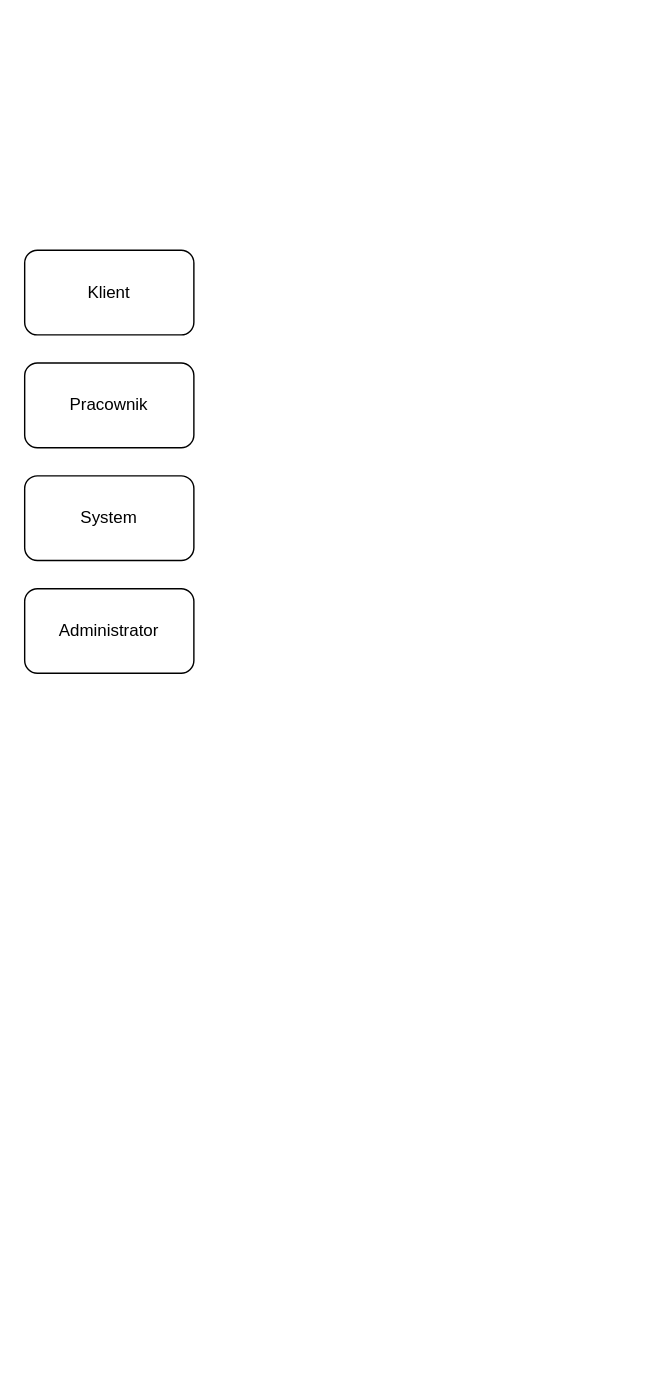
Above: klasa 4/amusement_park.drawio in mostekd/tworzenie-i-administrowanie-bazami-danych (draw.io), before the change. Source tidied: cells renumbered, new cells numbered last; positions are measured from the earlier drawing's top-left corner, leaving out a move shared by most shapes. Both pictures are drawn from the tidied source at 141%, with x=0, y=0 at pixel (24, 250).
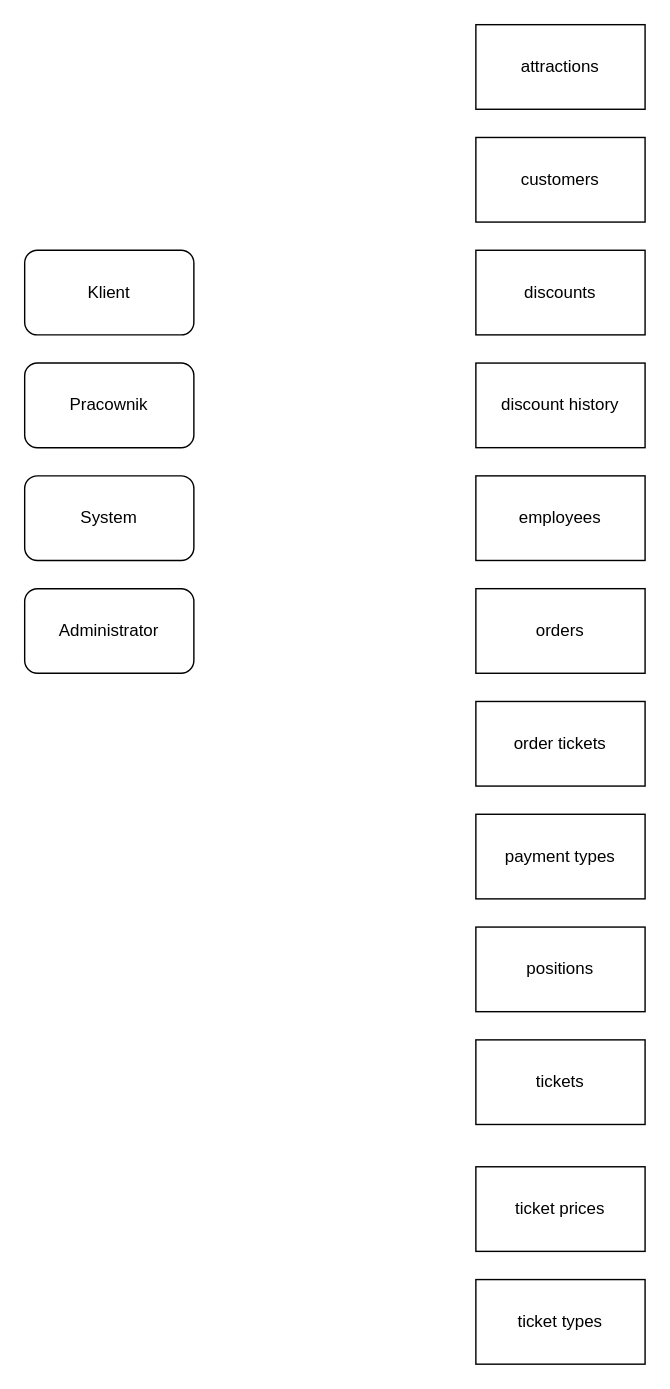
Above is the later version.

Change to the diagram source:
```diff
@@
 <mxGraphModel>
   <root>
     <mxCell id="0" />
     <mxCell id="1" parent="0" />
     <mxCell id="2" value="Klient" style="rounded=1;whiteSpace=wrap;html=1;" parent="1" vertex="1">
       <mxGeometry width="120" height="60" as="geometry" />
     </mxCell>
     <mxCell id="3" value="Pracownik" style="rounded=1;whiteSpace=wrap;html=1;" parent="1" vertex="1">
       <mxGeometry y="80" width="120" height="60" as="geometry" />
     </mxCell>
     <mxCell id="4" value="System" style="rounded=1;whiteSpace=wrap;html=1;" parent="1" vertex="1">
       <mxGeometry y="160" width="120" height="60" as="geometry" />
     </mxCell>
     <mxCell id="5" value="Administrator" style="rounded=1;whiteSpace=wrap;html=1;" parent="1" vertex="1">
       <mxGeometry y="240" width="120" height="60" as="geometry" />
     </mxCell>
+    <mxCell id="6" value="attractions" style="rounded=0;whiteSpace=wrap;html=1;" parent="1" vertex="1">
+      <mxGeometry x="320" y="-160" width="120" height="60" as="geometry" />
+    </mxCell>
+    <mxCell id="7" value="customers" style="rounded=0;whiteSpace=wrap;html=1;" parent="1" vertex="1">
+      <mxGeometry x="320" y="-80" width="120" height="60" as="geometry" />
+    </mxCell>
+    <mxCell id="8" value="discounts" style="rounded=0;whiteSpace=wrap;html=1;" parent="1" vertex="1">
+      <mxGeometry x="320" width="120" height="60" as="geometry" />
+    </mxCell>
+    <mxCell id="9" value="discount history" style="rounded=0;whiteSpace=wrap;html=1;" parent="1" vertex="1">
+      <mxGeometry x="320" y="80" width="120" height="60" as="geometry" />
+    </mxCell>
+    <mxCell id="10" value="employees" style="rounded=0;whiteSpace=wrap;html=1;" parent="1" vertex="1">
+      <mxGeometry x="320" y="160" width="120" height="60" as="geometry" />
+    </mxCell>
+    <mxCell id="11" value="orders" style="rounded=0;whiteSpace=wrap;html=1;" parent="1" vertex="1">
+      <mxGeometry x="320" y="240" width="120" height="60" as="geometry" />
+    </mxCell>
+    <mxCell id="12" value="order tickets" style="rounded=0;whiteSpace=wrap;html=1;" parent="1" vertex="1">
+      <mxGeometry x="320" y="320" width="120" height="60" as="geometry" />
+    </mxCell>
+    <mxCell id="13" value="payment types" style="rounded=0;whiteSpace=wrap;html=1;" parent="1" vertex="1">
+      <mxGeometry x="320" y="400" width="120" height="60" as="geometry" />
+    </mxCell>
+    <mxCell id="14" value="positions" style="rounded=0;whiteSpace=wrap;html=1;" parent="1" vertex="1">
+      <mxGeometry x="320" y="480" width="120" height="60" as="geometry" />
+    </mxCell>
+    <mxCell id="15" value="tickets" style="rounded=0;whiteSpace=wrap;html=1;" parent="1" vertex="1">
+      <mxGeometry x="320" y="560" width="120" height="60" as="geometry" />
+    </mxCell>
+    <mxCell id="16" value="ticket prices" style="rounded=0;whiteSpace=wrap;html=1;" parent="1" vertex="1">
+      <mxGeometry x="320" y="650" width="120" height="60" as="geometry" />
+    </mxCell>
+    <mxCell id="17" value="ticket types" style="rounded=0;whiteSpace=wrap;html=1;" parent="1" vertex="1">
+      <mxGeometry x="320" y="730" width="120" height="60" as="geometry" />
+    </mxCell>
   </root>
 </mxGraphModel>
```
